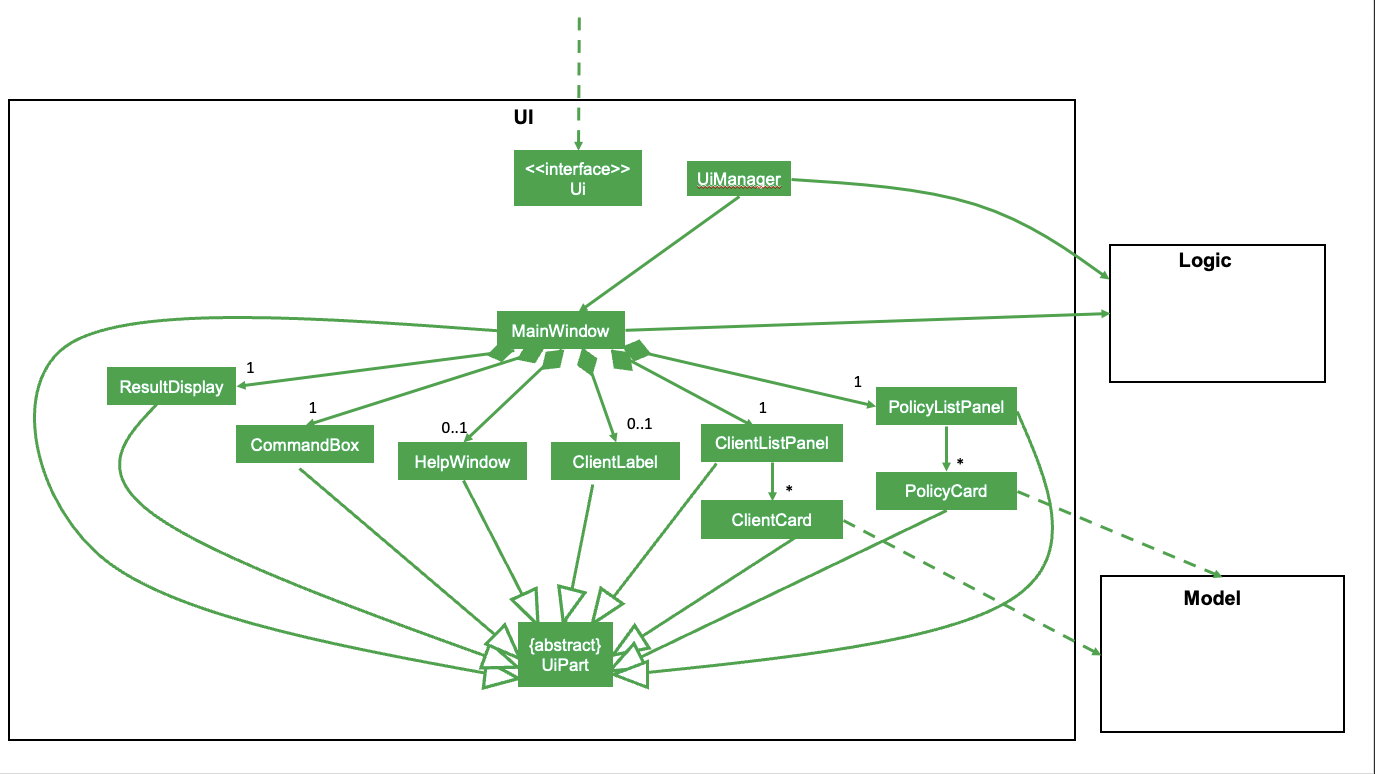
This is docs/images/UiClassDiagram.png from nus-cs2103-AY2223S2/tp, a PlantUML export, as it was before one commit. Its source is kept beside it as docs/diagrams/UiClassDiagram.puml.
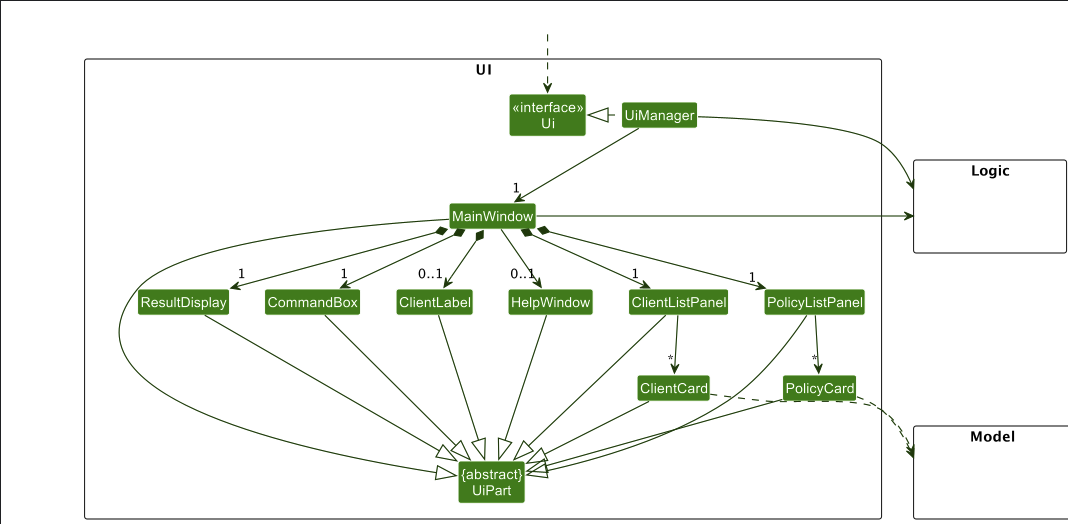
After the commit.

Diff of the diagram source:
```diff
@@ -13,7 +13,9 @@
 Class ResultDisplay
 Class ClientListPanel
 Class ClientCard
-Class StatusBarFooter
+Class ClientLabel
+Class PolicyListPanel
+Class PolicyCard
 Class CommandBox
 }
 
@@ -33,10 +35,12 @@
 MainWindow *-down->  "1" CommandBox
 MainWindow *-down-> "1" ResultDisplay
 MainWindow *-down-> "1" ClientListPanel
-MainWindow *-down-> "1" StatusBarFooter
+MainWindow *-down-> "1" PolicyListPanel
 MainWindow --> "0..1" HelpWindow
+MainWindow *-down-> "0..1" ClientLabel
 
 ClientListPanel -down-> "*" ClientCard
+PolicyListPanel -down-> "*" PolicyCard
 
 MainWindow -left-|> UiPart
 
@@ -44,17 +48,23 @@
 CommandBox --|> UiPart
 ClientListPanel --|> UiPart
 ClientCard --|> UiPart
-StatusBarFooter --|> UiPart
+PolicyListPanel --|> UiPart
+PolicyCard --|> UiPart
+ClientLabel --|> UiPart
 HelpWindow --|> UiPart
 
 ClientCard ..> Model
+PolicyCard ..> Model
 UiManager -right-> Logic
 MainWindow -left-> Logic
 
 ClientListPanel -[hidden]left- HelpWindow
+ClientCard -[hidden]left- PolicyCard
+PolicyListPanel -[hidden]left- HelpWindow
+PolicyCard -[hidden]left- ClientCard
 HelpWindow -[hidden]left- CommandBox
+ClientLabel -[hidden]left- CommandBox
 CommandBox -[hidden]left- ResultDisplay
-ResultDisplay -[hidden]left- StatusBarFooter
 
 MainWindow -[hidden]-|> UiPart
 @enduml
```
